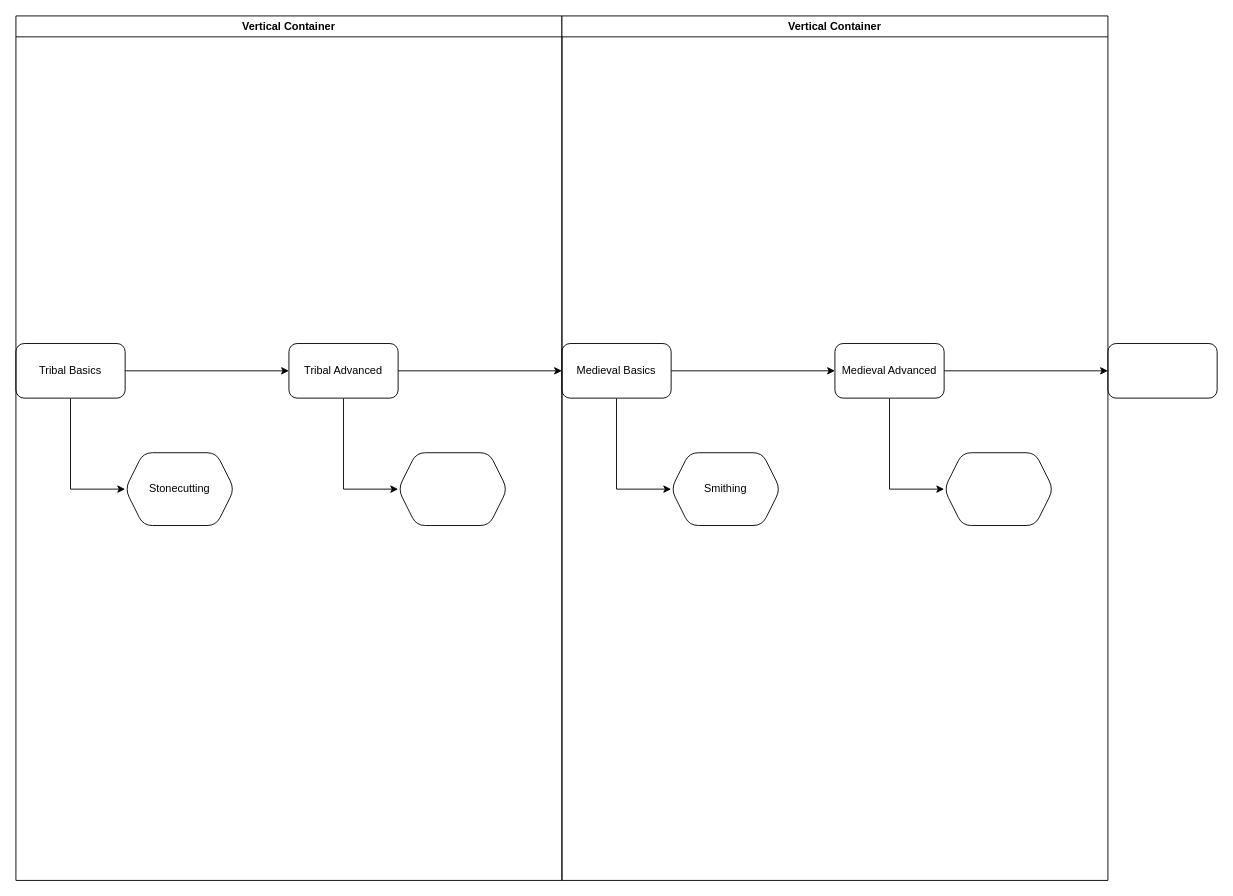
The draw.io diagram concept progression.drawio in tideShaper-industries/Draw-IO-Dump, before the edit. Source tidied: cells renumbered, new cells numbered last; positions are measured from the earlier drawing's top-left corner, leaving out a move shared by most shapes. Both pictures are drawn from the tidied source at 91%, with x=0, y=0 at pixel (15, 15).
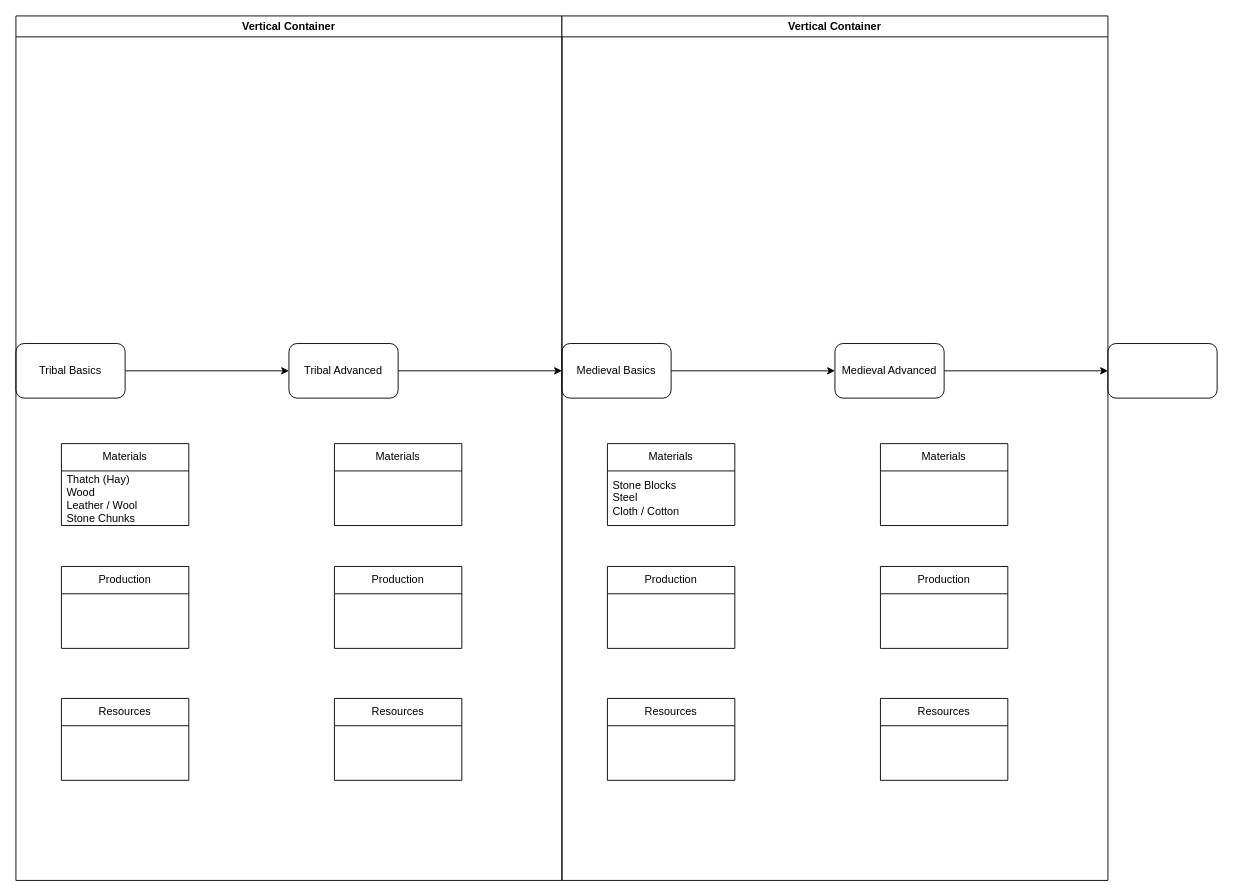
The same page after the edit.

The change refers to these unchanged cells:
```xml
<mxCell id="5" value="Tribal Basics" style="rounded=1;whiteSpace=wrap;html=1;" parent="1" vertex="1">
  <mxGeometry y="360" width="120" height="60" as="geometry" />
</mxCell>
<mxCell id="7" value="Tribal Advanced" style="whiteSpace=wrap;html=1;rounded=1;" parent="1" vertex="1">
  <mxGeometry x="300" y="360" width="120" height="60" as="geometry" />
</mxCell>
<mxCell id="11" value="Medieval Basics" style="whiteSpace=wrap;html=1;rounded=1;" parent="1" vertex="1">
  <mxGeometry x="600" y="360" width="120" height="60" as="geometry" />
</mxCell>
<mxCell id="14" value="Medieval Advanced" style="whiteSpace=wrap;html=1;rounded=1;" parent="1" vertex="1">
  <mxGeometry x="900" y="360" width="120" height="60" as="geometry" />
</mxCell>
```

Diff of the diagram source:
```diff
@@
-    <mxCell id="4" style="edgeStyle=orthogonalEdgeStyle;rounded=0;jettySize=auto;html=1;entryX=0;entryY=0.5;entryDx=0;entryDy=0;" parent="1" edge="1" source="5" target="8">
-      <mxGeometry relative="1" as="geometry" />
-    </mxCell>
@@
-    <mxCell id="6" style="edgeStyle=orthogonalEdgeStyle;rounded=0;jettySize=auto;html=1;entryX=0;entryY=0.5;entryDx=0;entryDy=0;" parent="1" edge="1" source="7" target="19">
-      <mxGeometry relative="1" as="geometry" />
-    </mxCell>
@@
-    <mxCell id="8" value="Stonecutting" style="shape=hexagon;perimeter=hexagonPerimeter2;whiteSpace=wrap;html=1;fixedSize=1;rounded=1;" parent="1" vertex="1">
-      <mxGeometry x="120" y="480" width="120" height="80" as="geometry" />
-    </mxCell>
@@
-    <mxCell id="10" style="edgeStyle=orthogonalEdgeStyle;rounded=0;jettySize=auto;html=1;entryX=0;entryY=0.5;entryDx=0;entryDy=0;" parent="1" edge="1" source="11" target="20">
-      <mxGeometry relative="1" as="geometry" />
-    </mxCell>
@@
-    <mxCell id="13" style="edgeStyle=orthogonalEdgeStyle;rounded=0;jettySize=auto;html=1;entryX=0;entryY=0.5;entryDx=0;entryDy=0;" parent="1" edge="1" source="14" target="21">
-      <mxGeometry relative="1" as="geometry" />
-    </mxCell>
@@
-    <mxCell id="19" style="shape=hexagon;perimeter=hexagonPerimeter2;whiteSpace=wrap;html=1;fixedSize=1;rounded=1;" parent="1" vertex="1">
-      <mxGeometry x="420" y="480" width="120" height="80" as="geometry" />
-    </mxCell>
-    <mxCell id="20" value="Smithing" style="shape=hexagon;perimeter=hexagonPerimeter2;whiteSpace=wrap;html=1;fixedSize=1;rounded=1;" parent="1" vertex="1">
-      <mxGeometry x="720" y="480" width="120" height="80" as="geometry" />
-    </mxCell>
-    <mxCell id="21" style="shape=hexagon;perimeter=hexagonPerimeter2;whiteSpace=wrap;html=1;fixedSize=1;rounded=1;" parent="1" vertex="1">
-      <mxGeometry x="1020" y="480" width="120" height="80" as="geometry" />
-    </mxCell>
+    <mxCell id="22" value="Materials" style="swimlane;fontStyle=0;horizontal=1;startSize=30;whiteSpace=wrap;html=1;" parent="1" vertex="1">
+      <mxGeometry x="50" y="470" width="140" height="90" as="geometry" />
+    </mxCell>
+    <mxCell id="23" value="Thatch (Hay)&lt;div&gt;Wood&lt;/div&gt;&lt;div&gt;Leather / Wool&lt;br&gt;Stone Chunks&lt;/div&gt;" style="text;strokeColor=none;fillColor=none;align=left;verticalAlign=middle;spacingLeft=4;spacingRight=4;overflow=hidden;whiteSpace=wrap;html=1;" parent="22" vertex="1">
+      <mxGeometry y="30" width="140" height="60" as="geometry" />
+    </mxCell>
+    <mxCell id="24" value="Materials" style="swimlane;fontStyle=0;horizontal=1;startSize=30;whiteSpace=wrap;html=1;" parent="1" vertex="1">
+      <mxGeometry x="650" y="470" width="140" height="90" as="geometry" />
+    </mxCell>
+    <mxCell id="25" value="Stone Blocks&lt;div&gt;Steel&lt;/div&gt;&lt;div&gt;Cloth / Cotton&lt;/div&gt;" style="text;strokeColor=none;fillColor=none;align=left;verticalAlign=middle;spacingLeft=4;spacingRight=4;overflow=hidden;whiteSpace=wrap;html=1;" parent="24" vertex="1">
+      <mxGeometry y="30" width="140" height="60" as="geometry" />
+    </mxCell>
+    <mxCell id="26" value="Production" style="swimlane;fontStyle=0;horizontal=1;startSize=30;whiteSpace=wrap;html=1;" parent="1" vertex="1">
+      <mxGeometry x="50" y="605" width="140" height="90" as="geometry" />
+    </mxCell>
+    <mxCell id="27" value="Production" style="swimlane;fontStyle=0;horizontal=1;startSize=30;whiteSpace=wrap;html=1;" parent="1" vertex="1">
+      <mxGeometry x="650" y="605" width="140" height="90" as="geometry" />
+    </mxCell>
+    <mxCell id="28" value="Resources" style="swimlane;fontStyle=0;horizontal=1;startSize=30;whiteSpace=wrap;html=1;" parent="1" vertex="1">
+      <mxGeometry x="50" y="750" width="140" height="90" as="geometry" />
+    </mxCell>
+    <mxCell id="29" value="Resources" style="swimlane;fontStyle=0;horizontal=1;startSize=30;whiteSpace=wrap;html=1;" parent="1" vertex="1">
+      <mxGeometry x="650" y="750" width="140" height="90" as="geometry" />
+    </mxCell>
+    <mxCell id="30" value="Production" style="swimlane;fontStyle=0;horizontal=1;startSize=30;whiteSpace=wrap;html=1;" parent="1" vertex="1">
+      <mxGeometry x="350" y="605" width="140" height="90" as="geometry" />
+    </mxCell>
+    <mxCell id="31" value="Resources" style="swimlane;fontStyle=0;horizontal=1;startSize=30;whiteSpace=wrap;html=1;" parent="1" vertex="1">
+      <mxGeometry x="350" y="750" width="140" height="90" as="geometry" />
+    </mxCell>
+    <mxCell id="32" value="Materials" style="swimlane;fontStyle=0;horizontal=1;startSize=30;whiteSpace=wrap;html=1;" parent="1" vertex="1">
+      <mxGeometry x="350" y="470" width="140" height="90" as="geometry" />
+    </mxCell>
+    <mxCell id="33" value="Production" style="swimlane;fontStyle=0;horizontal=1;startSize=30;whiteSpace=wrap;html=1;" parent="1" vertex="1">
+      <mxGeometry x="950" y="605" width="140" height="90" as="geometry" />
+    </mxCell>
+    <mxCell id="34" value="Resources" style="swimlane;fontStyle=0;horizontal=1;startSize=30;whiteSpace=wrap;html=1;" parent="1" vertex="1">
+      <mxGeometry x="950" y="750" width="140" height="90" as="geometry" />
+    </mxCell>
+    <mxCell id="35" value="Materials" style="swimlane;fontStyle=0;horizontal=1;startSize=30;whiteSpace=wrap;html=1;" parent="1" vertex="1">
+      <mxGeometry x="950" y="470" width="140" height="90" as="geometry" />
+    </mxCell>
```
